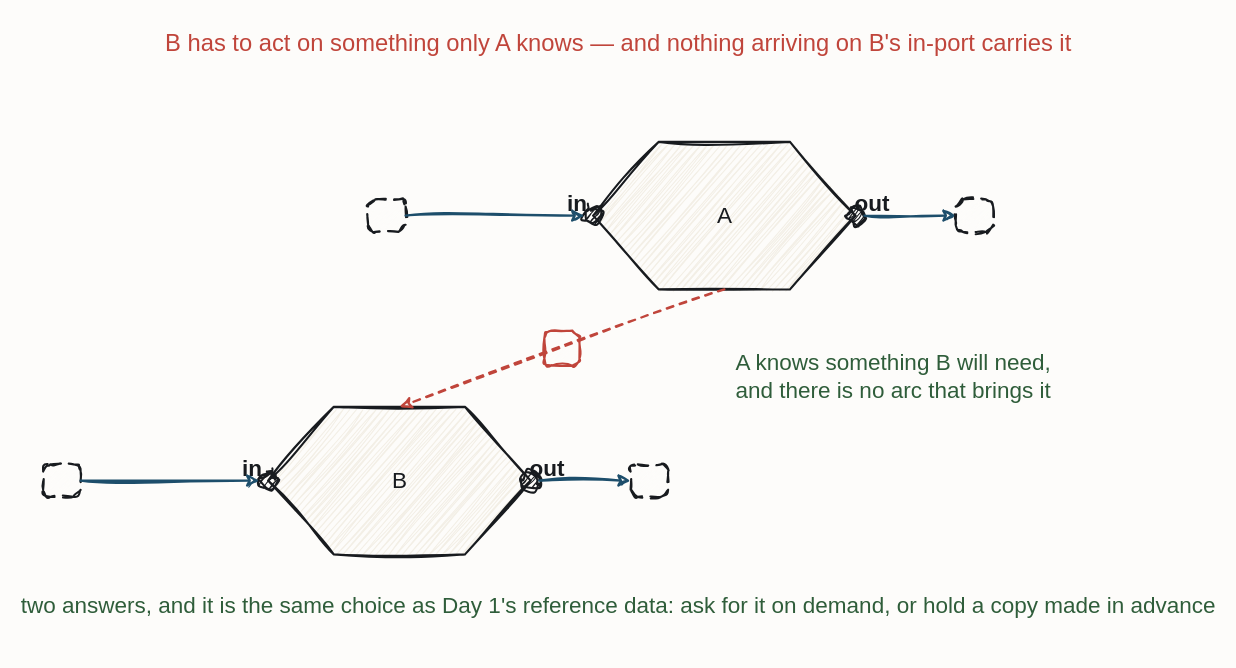
This is resources/flow-lookup-question.drawio from iancooper/practical-messaging, a draw.io file, before an edit. Source tidied: cells renumbered, new cells numbered last; positions are measured from the earlier drawing's top-left corner, leaving out a move shared by most shapes. Both pictures are drawn from the tidied source at 125%, with x=0, y=0 at pixel (42, 21).
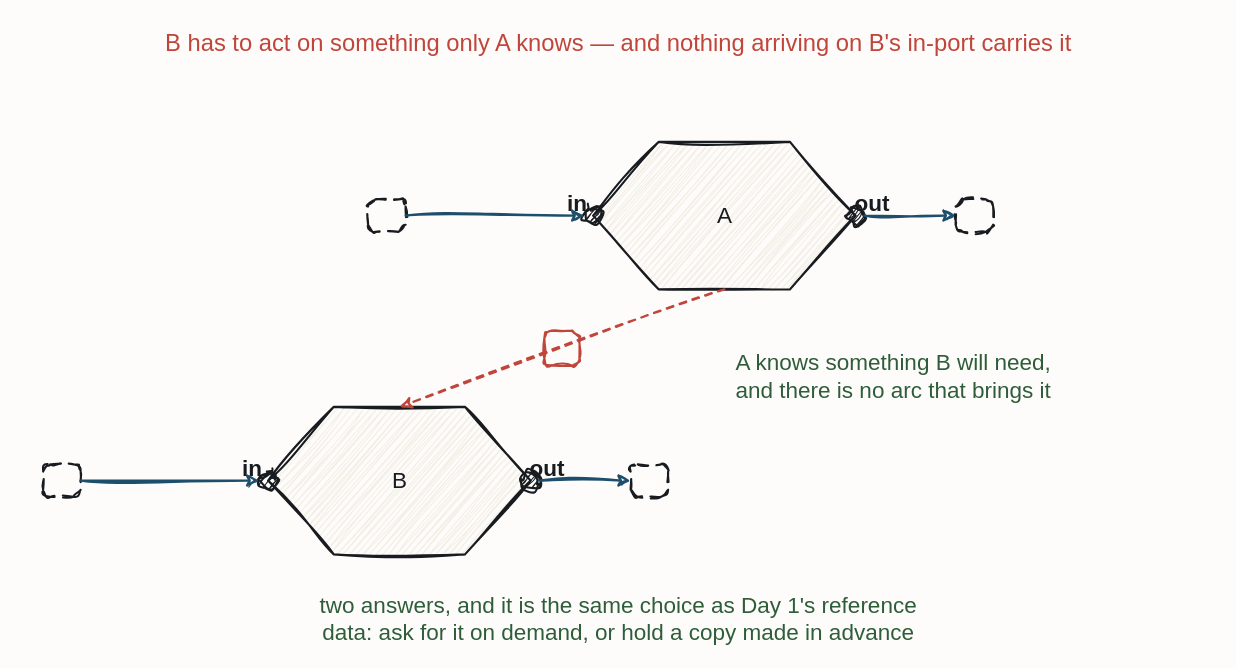
After the change.

Diff of the diagram source:
```diff
@@
-    <mxCell id="19" value="two answers, and it is the same choice as Day 1's reference data: ask for it on demand, or hold a copy made in advance" style="text;html=1;align=center;fontFamily=Caveat;fontSize=18;fontColor=#2F5D3A;" parent="1" vertex="1">
+    <mxCell id="19" value="two answers, and it is the same choice as Day 1's reference&#10;data: ask for it on demand, or hold a copy made in advance" style="text;html=1;align=center;fontFamily=Caveat;fontSize=18;fontColor=#2F5D3A;" parent="1" vertex="1">
       <mxGeometry x="400" y="450" width="120" height="20" as="geometry" />
     </mxCell>
```
